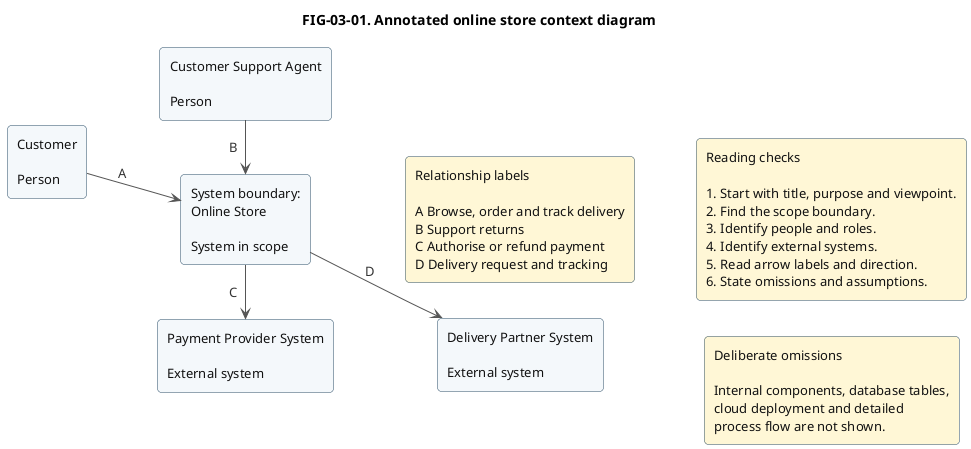
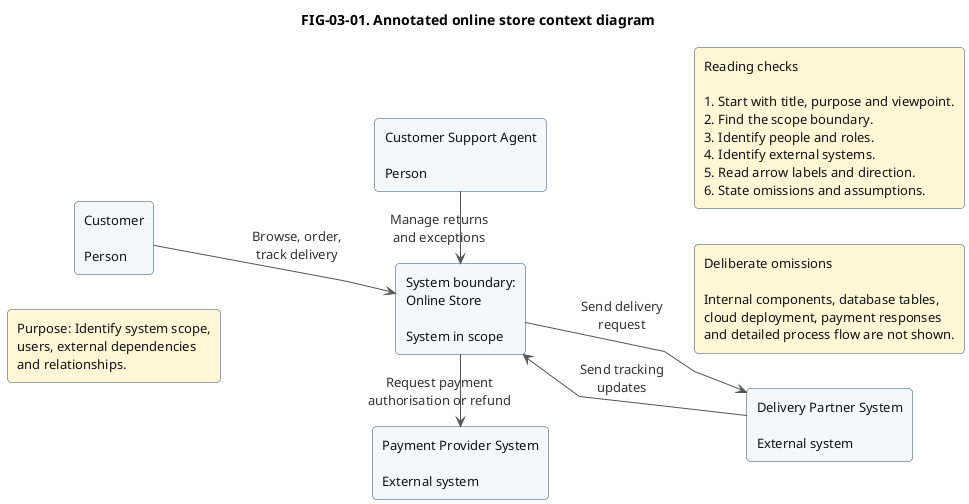
@startuml
title FIG-03-01. Annotated online store context diagram

skinparam shadowing false
skinparam defaultFontName Arial
skinparam defaultFontSize 13
skinparam rectangle {
  BackgroundColor #F4F8FB
  BorderColor #2B4D66
  FontColor #111111
  RoundCorner 8
}
skinparam package {
  BackgroundColor #FFFFFF
  BorderColor #5B6B7A
  FontColor #111111
}
skinparam note {
  BackgroundColor #FFF7D6
  BorderColor #8A6D1D
  FontColor #111111
}
skinparam arrow {
  Color #555555
  FontColor #333333
}
skinparam linetype polyline

left to right direction

rectangle "Customer\n\nPerson" as customer
rectangle "Customer Support Agent\n\nPerson" as support

+ rectangle "Purpose: Identify system scope,\nusers, external dependencies\nand relationships." as purpose #FFF7D6
+ 
rectangle "System boundary:\nOnline Store\n\nSystem in scope" as store

rectangle "Payment Provider System\n\nExternal system" as payment
rectangle "Delivery Partner System\n\nExternal system" as delivery

customer -[hidden]down-> support
payment -[hidden]down-> delivery
customer -[hidden]right-> store
store -[hidden]right-> payment
+ purpose -[hidden]down-> store

- customer -right-> store : A
- support -right-> store : B
- store -right-> payment : C
- store -right-> delivery : D
- 
- rectangle "Relationship labels\n\nA Browse, order and track delivery\nB Support returns\nC Authorise or refund payment\nD Delivery request and tracking" as relationships #FFF7D6
+ customer -right-> store : Browse, order,\ntrack delivery
+ support -right-> store : Manage returns\nand exceptions
+ store -right-> payment : Request payment\nauthorisation or refund
+ store -right-> delivery : Send delivery\nrequest
+ delivery -left-> store : Send tracking\nupdates

rectangle "Reading checks\n\n1. Start with title, purpose and viewpoint.\n2. Find the scope boundary.\n3. Identify people and roles.\n4. Identify external systems.\n5. Read arrow labels and direction.\n6. State omissions and assumptions." as checks #FFF7D6

- rectangle "Deliberate omissions\n\nInternal components, database tables,\ncloud deployment and detailed\nprocess flow are not shown." as omissions #FFF7D6
+ rectangle "Deliberate omissions\n\nInternal components, database tables,\ncloud deployment, payment responses\nand detailed process flow are not shown." as omissions #FFF7D6

- store -[hidden]down-> relationships
- relationships -[hidden]down-> checks
+ store -[hidden]down-> checks
checks -[hidden]right-> omissions

@enduml
